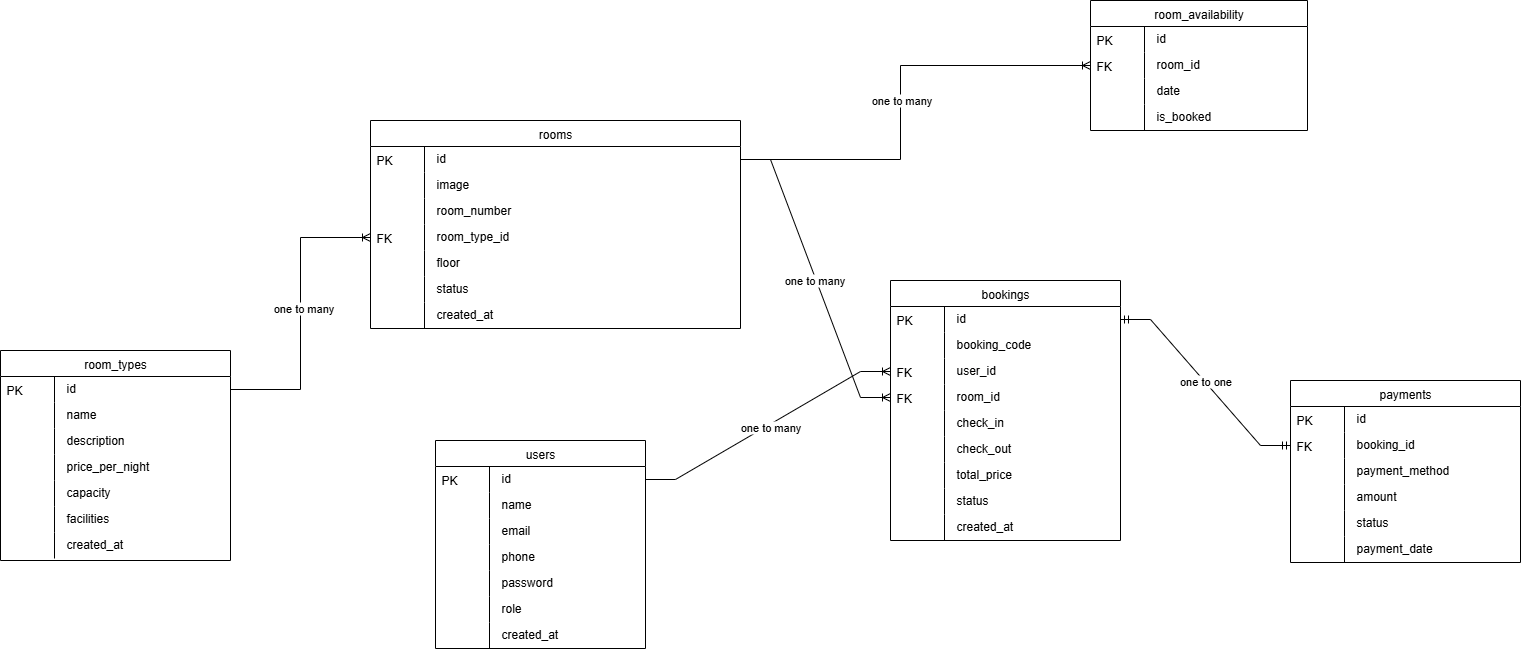
Above: uml/erd-tiket-hotel.png in contributor404/ukk (draw.io), before the change. Source tidied: cells renumbered, new cells last; positions are measured from the earlier drawing's top-left corner, leaving out a move shared by most shapes.
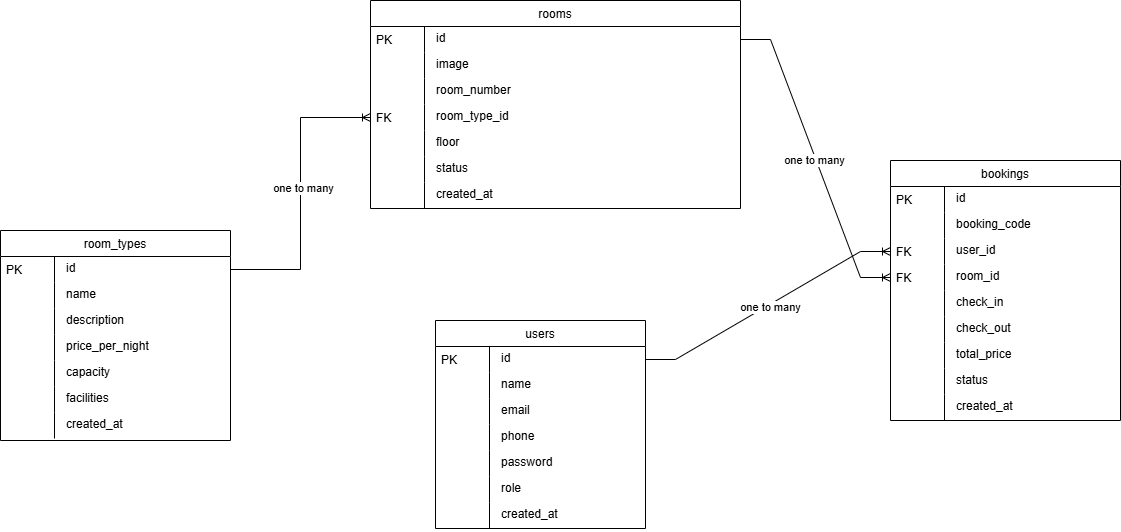
Above is the later version.

Commit message:
Feat(Diagram & UI): Add sequence

The edit, as a diff of the source:
```diff
@@ -194,72 +194,6 @@
     <mxCell id="65" style="shape=partialRectangle;top=0;left=0;bottom=0;fillColor=none;align=left;verticalAlign=middle;spacingLeft=4;spacingRight=4;overflow=hidden;" parent="64" vertex="1">
       <mxGeometry width="54" height="26" as="geometry" />
     </mxCell>
-    <mxCell id="66" value="payments" style="swimlane;fontStyle=0;horizontal=1;startSize=26;fillColor=default;swimlaneFillColor=default;align=center;" parent="1" vertex="1">
-      <mxGeometry x="1290" y="380" width="230" height="182" as="geometry" />
-    </mxCell>
-    <mxCell id="67" value="id" style="shape=partialRectangle;top=0;left=0;right=0;bottom=0;align=left;verticalAlign=top;spacingTop=-2;fillColor=none;spacingLeft=64;spacingRight=4;overflow=hidden;" parent="66" vertex="1">
-      <mxGeometry y="26" width="230" height="26" as="geometry" />
-    </mxCell>
-    <mxCell id="68" value="PK" style="shape=partialRectangle;top=0;left=0;bottom=0;fillColor=none;align=left;verticalAlign=middle;spacingLeft=4;spacingRight=4;overflow=hidden;" parent="67" vertex="1">
-      <mxGeometry width="54" height="26" as="geometry" />
-    </mxCell>
-    <mxCell id="69" value="booking_id" style="shape=partialRectangle;top=0;left=0;right=0;bottom=0;align=left;verticalAlign=top;spacingTop=-2;fillColor=none;spacingLeft=64;spacingRight=4;overflow=hidden;points=[[0,0.5],[1,0.5]];portConstraint=eastwest;" parent="66" vertex="1">
-      <mxGeometry y="52" width="230" height="26" as="geometry" />
-    </mxCell>
-    <mxCell id="70" value="FK" style="shape=partialRectangle;top=0;left=0;bottom=0;fillColor=none;align=left;verticalAlign=middle;spacingLeft=4;spacingRight=4;overflow=hidden;" parent="69" vertex="1">
-      <mxGeometry width="54" height="26" as="geometry" />
-    </mxCell>
-    <mxCell id="71" value="payment_method" style="shape=partialRectangle;top=0;left=0;right=0;bottom=0;align=left;verticalAlign=top;spacingTop=-2;fillColor=none;spacingLeft=64;spacingRight=4;overflow=hidden;" parent="66" vertex="1">
-      <mxGeometry y="78" width="230" height="26" as="geometry" />
-    </mxCell>
-    <mxCell id="72" style="shape=partialRectangle;top=0;left=0;bottom=0;fillColor=none;align=left;verticalAlign=middle;spacingLeft=4;spacingRight=4;overflow=hidden;" parent="71" vertex="1">
-      <mxGeometry width="54" height="26" as="geometry" />
-    </mxCell>
-    <mxCell id="73" value="amount" style="shape=partialRectangle;top=0;left=0;right=0;bottom=0;align=left;verticalAlign=top;spacingTop=-2;fillColor=none;spacingLeft=64;spacingRight=4;overflow=hidden;" parent="66" vertex="1">
-      <mxGeometry y="104" width="230" height="26" as="geometry" />
-    </mxCell>
-    <mxCell id="74" style="shape=partialRectangle;top=0;left=0;bottom=0;fillColor=none;align=left;verticalAlign=middle;spacingLeft=4;spacingRight=4;overflow=hidden;" parent="73" vertex="1">
-      <mxGeometry width="54" height="26" as="geometry" />
-    </mxCell>
-    <mxCell id="75" value="status" style="shape=partialRectangle;top=0;left=0;right=0;bottom=0;align=left;verticalAlign=top;spacingTop=-2;fillColor=none;spacingLeft=64;spacingRight=4;overflow=hidden;" parent="66" vertex="1">
-      <mxGeometry y="130" width="230" height="26" as="geometry" />
-    </mxCell>
-    <mxCell id="76" style="shape=partialRectangle;top=0;left=0;bottom=0;fillColor=none;align=left;verticalAlign=middle;spacingLeft=4;spacingRight=4;overflow=hidden;" parent="75" vertex="1">
-      <mxGeometry width="54" height="26" as="geometry" />
-    </mxCell>
-    <mxCell id="77" value="payment_date" style="shape=partialRectangle;top=0;left=0;right=0;bottom=0;align=left;verticalAlign=top;spacingTop=-2;fillColor=none;spacingLeft=64;spacingRight=4;overflow=hidden;" parent="66" vertex="1">
-      <mxGeometry y="156" width="230" height="26" as="geometry" />
-    </mxCell>
-    <mxCell id="78" style="shape=partialRectangle;top=0;left=0;bottom=0;fillColor=none;align=left;verticalAlign=middle;spacingLeft=4;spacingRight=4;overflow=hidden;" parent="77" vertex="1">
-      <mxGeometry width="54" height="26" as="geometry" />
-    </mxCell>
-    <mxCell id="79" value="room_availability" style="swimlane;fontStyle=0;horizontal=1;startSize=26;fillColor=default;swimlaneFillColor=default;align=center;" parent="1" vertex="1">
-      <mxGeometry x="1090" width="217" height="130" as="geometry" />
-    </mxCell>
-    <mxCell id="80" value="id" style="shape=partialRectangle;top=0;left=0;right=0;bottom=0;align=left;verticalAlign=top;spacingTop=-2;fillColor=none;spacingLeft=64;spacingRight=4;overflow=hidden;" parent="79" vertex="1">
-      <mxGeometry y="26" width="217" height="26" as="geometry" />
-    </mxCell>
-    <mxCell id="81" value="PK" style="shape=partialRectangle;top=0;left=0;bottom=0;fillColor=none;align=left;verticalAlign=middle;spacingLeft=4;spacingRight=4;overflow=hidden;" parent="80" vertex="1">
-      <mxGeometry width="54" height="26" as="geometry" />
-    </mxCell>
-    <mxCell id="82" value="room_id" style="shape=partialRectangle;top=0;left=0;right=0;bottom=0;align=left;verticalAlign=top;spacingTop=-2;fillColor=none;spacingLeft=64;spacingRight=4;overflow=hidden;" parent="79" vertex="1">
-      <mxGeometry y="52" width="217" height="26" as="geometry" />
-    </mxCell>
-    <mxCell id="83" value="FK" style="shape=partialRectangle;top=0;left=0;bottom=0;fillColor=none;align=left;verticalAlign=middle;spacingLeft=4;spacingRight=4;overflow=hidden;" parent="82" vertex="1">
-      <mxGeometry width="54" height="26" as="geometry" />
-    </mxCell>
-    <mxCell id="84" value="date" style="shape=partialRectangle;top=0;left=0;right=0;bottom=0;align=left;verticalAlign=top;spacingTop=-2;fillColor=none;spacingLeft=64;spacingRight=4;overflow=hidden;" parent="79" vertex="1">
-      <mxGeometry y="78" width="217" height="26" as="geometry" />
-    </mxCell>
-    <mxCell id="85" style="shape=partialRectangle;top=0;left=0;bottom=0;fillColor=none;align=left;verticalAlign=middle;spacingLeft=4;spacingRight=4;overflow=hidden;" parent="84" vertex="1">
-      <mxGeometry width="54" height="26" as="geometry" />
-    </mxCell>
-    <mxCell id="86" value="is_booked" style="shape=partialRectangle;top=0;left=0;right=0;bottom=0;align=left;verticalAlign=top;spacingTop=-2;fillColor=none;spacingLeft=64;spacingRight=4;overflow=hidden;" parent="79" vertex="1">
-      <mxGeometry y="104" width="217" height="26" as="geometry" />
-    </mxCell>
-    <mxCell id="87" style="shape=partialRectangle;top=0;left=0;bottom=0;fillColor=none;align=left;verticalAlign=middle;spacingLeft=4;spacingRight=4;overflow=hidden;" parent="86" vertex="1">
-      <mxGeometry width="54" height="26" as="geometry" />
-    </mxCell>
     <mxCell id="88" style="edgeStyle=elbowEdgeStyle;fontSize=12;html=1;endArrow=ERoneToMany;rounded=0;exitX=1;exitY=0.5;exitDx=0;exitDy=0;entryX=0;entryY=0.5;entryDx=0;entryDy=0;" parent="1" edge="1" source="3" target="24">
       <mxGeometry relative="1" as="geometry">
         <Array as="points">
@@ -284,23 +218,5 @@
     <mxCell id="93" value="one to many" style="edgeLabel;html=1;align=center;verticalAlign=middle;" parent="92" vertex="1">
       <mxGeometry x="0.01" y="-2" relative="1" as="geometry" />
     </mxCell>
-    <mxCell id="94" style="edgeStyle=entityRelationEdgeStyle;fontSize=12;html=1;endArrow=ERmandOne;startArrow=ERmandOne;rounded=0;entryX=0;entryY=0.5;entryDx=0;entryDy=0;exitX=1;exitY=0.5;exitDx=0;exitDy=0;" parent="1" edge="1" source="48" target="69">
-      <mxGeometry relative="1" as="geometry" />
-    </mxCell>
-    <mxCell id="95" value="one to one" style="edgeLabel;html=1;align=center;verticalAlign=middle;" parent="94" vertex="1">
-      <mxGeometry x="-0.01" y="1" relative="1" as="geometry" />
-    </mxCell>
-    <mxCell id="96" style="edgeStyle=elbowEdgeStyle;fontSize=12;html=1;endArrow=ERoneToMany;rounded=0;entryX=0;entryY=0.5;entryDx=0;entryDy=0;exitX=1;exitY=0.5;exitDx=0;exitDy=0;" parent="1" edge="1" source="18" target="79">
-      <mxGeometry relative="1" as="geometry">
-        <Array as="points">
-          <mxPoint x="900" y="80" />
-        </Array>
-      </mxGeometry>
-    </mxCell>
-    <mxCell id="97" value="one to many" style="edgeLabel;html=1;align=center;verticalAlign=middle;" parent="96" vertex="1">
-      <mxGeometry x="0.01" y="-2" relative="1" as="geometry">
-        <mxPoint x="-2" y="4" as="offset" />
-      </mxGeometry>
-    </mxCell>
   </root>
 </mxGraphModel>
```
